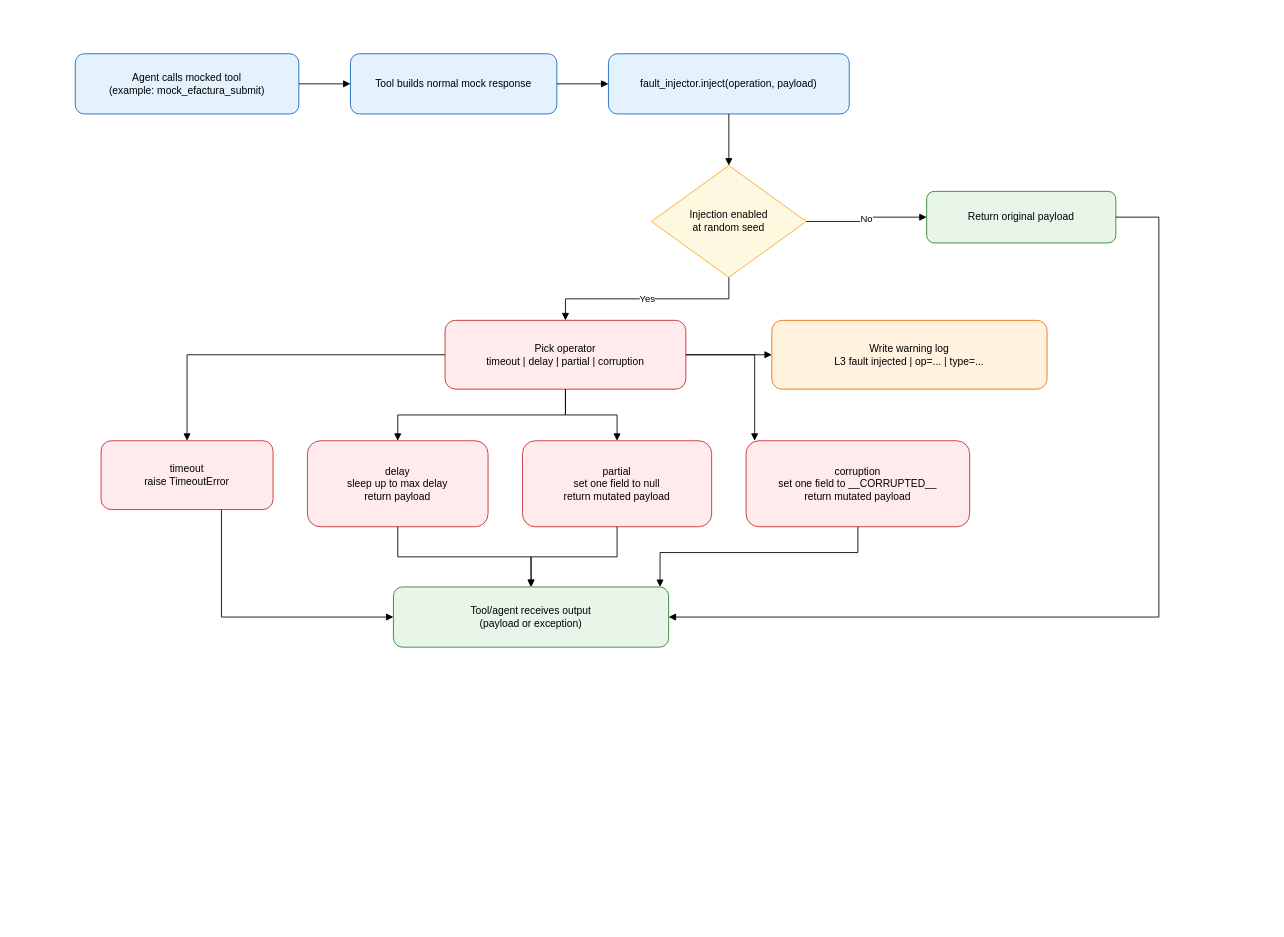
Before: docs/l3_fault_injector.drawio in radugheo/agentic-public-administration, a draw.io diagram. Source tidied: cells renumbered, new cells numbered last; positions are measured from the earlier drawing's top-left corner, leaving out a move shared by most shapes. Both pictures are drawn from the tidied source at 86%, with x=0, y=0 at pixel (75, 53).
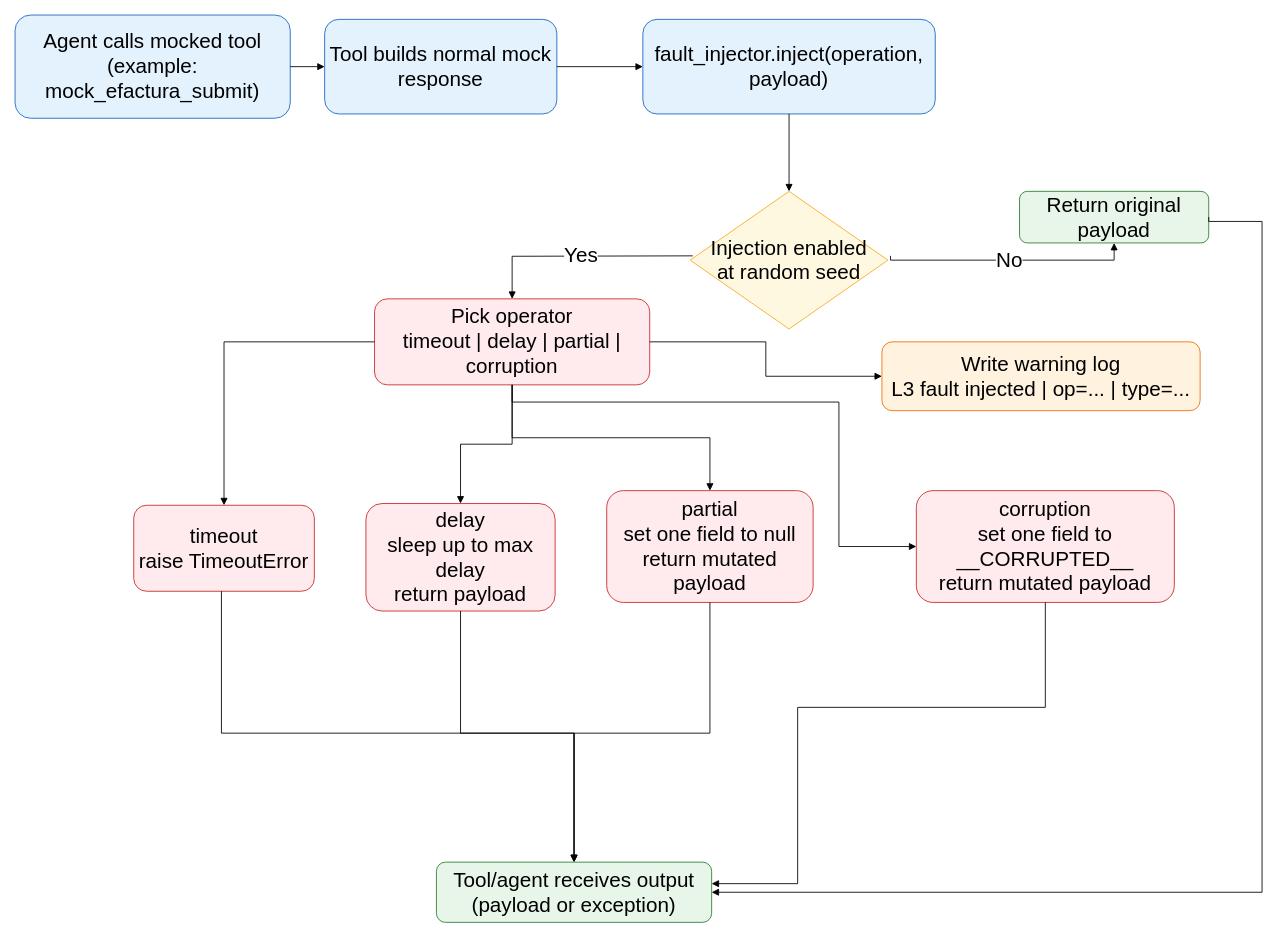
After the change.

Diff of the diagram source:
```diff
@@
-    <mxCell id="2" value="Agent calls mocked tool&#10;(example: mock_efactura_submit)" style="rounded=1;whiteSpace=wrap;html=1;fillColor=#E3F2FD;strokeColor=#1565C0;" parent="1" vertex="1">
-      <mxGeometry width="260" height="70" as="geometry" />
+    <mxCell id="2" value="Agent calls mocked tool&#10;(example: mock_efactura_submit)" style="rounded=1;whiteSpace=wrap;html=1;fillColor=#E3F2FD;strokeColor=#1565C0;fontSize=24;" parent="1" vertex="1">
+      <mxGeometry x="-70" y="-45" width="320" height="120" as="geometry" />
     </mxCell>
-    <mxCell id="3" value="Tool builds normal mock response" style="rounded=1;whiteSpace=wrap;html=1;fillColor=#E3F2FD;strokeColor=#1565C0;" parent="1" vertex="1">
-      <mxGeometry x="320" width="240" height="70" as="geometry" />
+    <mxCell id="3" value="Tool builds normal mock response" style="rounded=1;whiteSpace=wrap;html=1;fillColor=#E3F2FD;strokeColor=#1565C0;fontSize=24;" parent="1" vertex="1">
+      <mxGeometry x="290" y="-40" width="270" height="110" as="geometry" />
     </mxCell>
-    <mxCell id="4" value="fault_injector.inject(operation, payload)" style="rounded=1;whiteSpace=wrap;html=1;fillColor=#E3F2FD;strokeColor=#1565C0;" parent="1" vertex="1">
-      <mxGeometry x="620" width="280" height="70" as="geometry" />
+    <mxCell id="4" value="fault_injector.inject(operation, payload)" style="rounded=1;whiteSpace=wrap;html=1;fillColor=#E3F2FD;strokeColor=#1565C0;fontSize=24;" parent="1" vertex="1">
+      <mxGeometry x="660" y="-40" width="340" height="110" as="geometry" />
     </mxCell>
-    <mxCell id="5" value="Injection enabled&lt;br&gt;at random seed" style="rhombus;whiteSpace=wrap;html=1;fillColor=#FFF8E1;strokeColor=#F9A825;" parent="1" vertex="1">
-      <mxGeometry x="670" y="130" width="180" height="130" as="geometry" />
+    <mxCell id="5" value="Injection enabled&lt;br&gt;at random seed" style="rhombus;whiteSpace=wrap;html=1;fillColor=#FFF8E1;strokeColor=#F9A825;fontSize=24;" parent="1" vertex="1">
+      <mxGeometry x="715" y="160" width="230" height="160" as="geometry" />
     </mxCell>
-    <mxCell id="6" value="Return original payload" style="rounded=1;whiteSpace=wrap;html=1;fillColor=#E8F5E9;strokeColor=#2E7D32;" parent="1" vertex="1">
-      <mxGeometry x="990" y="160" width="220" height="60" as="geometry" />
+    <mxCell id="6" value="Return original payload" style="rounded=1;whiteSpace=wrap;html=1;fillColor=#E8F5E9;strokeColor=#2E7D32;fontSize=24;" parent="1" vertex="1">
+      <mxGeometry x="1098" y="160" width="220" height="60" as="geometry" />
     </mxCell>
-    <mxCell id="7" value="Pick operator&#10;timeout | delay | partial | corruption" style="rounded=1;whiteSpace=wrap;html=1;fillColor=#FFEBEE;strokeColor=#C62828;" parent="1" vertex="1">
-      <mxGeometry x="430" y="310" width="280" height="80" as="geometry" />
+    <mxCell id="7" value="Pick operator&#10;timeout | delay | partial | corruption" style="rounded=1;whiteSpace=wrap;html=1;fillColor=#FFEBEE;strokeColor=#C62828;fontSize=24;" parent="1" vertex="1">
+      <mxGeometry x="348" y="285" width="320" height="100" as="geometry" />
     </mxCell>
-    <mxCell id="8" value="timeout&#10;raise TimeoutError" style="rounded=1;whiteSpace=wrap;html=1;fillColor=#FFEBEE;strokeColor=#C62828;" parent="1" vertex="1">
-      <mxGeometry x="30" y="450" width="200" height="80" as="geometry" />
+    <mxCell id="8" value="timeout&#10;raise TimeoutError" style="rounded=1;whiteSpace=wrap;html=1;fillColor=#FFEBEE;strokeColor=#C62828;fontSize=24;" parent="1" vertex="1">
+      <mxGeometry x="68" y="525" width="210" height="100" as="geometry" />
     </mxCell>
-    <mxCell id="9" value="delay&#10;sleep up to max delay&#10;return payload" style="rounded=1;whiteSpace=wrap;html=1;fillColor=#FFEBEE;strokeColor=#C62828;" parent="1" vertex="1">
-      <mxGeometry x="270" y="450" width="210" height="100" as="geometry" />
+    <mxCell id="9" value="delay&#10;sleep up to max delay&#10;return payload" style="rounded=1;whiteSpace=wrap;html=1;fillColor=#FFEBEE;strokeColor=#C62828;fontSize=24;" parent="1" vertex="1">
+      <mxGeometry x="338" y="523" width="220" height="125" as="geometry" />
     </mxCell>
-    <mxCell id="10" value="partial&#10;set one field to null&#10;return mutated payload" style="rounded=1;whiteSpace=wrap;html=1;fillColor=#FFEBEE;strokeColor=#C62828;" parent="1" vertex="1">
-      <mxGeometry x="520" y="450" width="220" height="100" as="geometry" />
+    <mxCell id="10" value="partial&#10;set one field to null&#10;return mutated payload" style="rounded=1;whiteSpace=wrap;html=1;fillColor=#FFEBEE;strokeColor=#C62828;fontSize=24;" parent="1" vertex="1">
+      <mxGeometry x="618" y="508" width="240" height="130" as="geometry" />
     </mxCell>
-    <mxCell id="11" value="corruption&#10;set one field to __CORRUPTED__&#10;return mutated payload" style="rounded=1;whiteSpace=wrap;html=1;fillColor=#FFEBEE;strokeColor=#C62828;" parent="1" vertex="1">
-      <mxGeometry x="780" y="450" width="260" height="100" as="geometry" />
+    <mxCell id="11" value="corruption&#10;set one field to __CORRUPTED__&#10;return mutated payload" style="rounded=1;whiteSpace=wrap;html=1;fillColor=#FFEBEE;strokeColor=#C62828;fontSize=24;" parent="1" vertex="1">
+      <mxGeometry x="978" y="508" width="300" height="130" as="geometry" />
     </mxCell>
-    <mxCell id="12" value="Write warning log&#10;L3 fault injected | op=... | type=..." style="rounded=1;whiteSpace=wrap;html=1;fillColor=#FFF3E0;strokeColor=#EF6C00;" parent="1" vertex="1">
-      <mxGeometry x="810" y="310" width="320" height="80" as="geometry" />
+    <mxCell id="12" value="Write warning log&#10;L3 fault injected | op=... | type=..." style="rounded=1;whiteSpace=wrap;html=1;fillColor=#FFF3E0;strokeColor=#EF6C00;fontSize=24;" parent="1" vertex="1">
+      <mxGeometry x="938" y="335" width="370" height="80" as="geometry" />
     </mxCell>
-    <mxCell id="13" value="Tool/agent receives output&#10;(payload or exception)" style="rounded=1;whiteSpace=wrap;html=1;fillColor=#E8F5E9;strokeColor=#2E7D32;" parent="1" vertex="1">
-      <mxGeometry x="370" y="620" width="320" height="70" as="geometry" />
+    <mxCell id="13" value="Tool/agent receives output&#10;(payload or exception)" style="rounded=1;whiteSpace=wrap;html=1;fillColor=#E8F5E9;strokeColor=#2E7D32;fontSize=24;" parent="1" vertex="1">
+      <mxGeometry x="420" y="940" width="320" height="70" as="geometry" />
     </mxCell>
-    <mxCell id="14" style="edgeStyle=orthogonalEdgeStyle;rounded=0;jettySize=auto;html=1;endArrow=block;endFill=1;" parent="1" edge="1" source="2" target="3">
+    <mxCell id="14" style="edgeStyle=orthogonalEdgeStyle;rounded=0;jettySize=auto;html=1;endArrow=block;endFill=1;fontSize=24;" parent="1" edge="1" source="2" target="3">
       <mxGeometry relative="1" as="geometry" />
     </mxCell>
-    <mxCell id="15" style="edgeStyle=orthogonalEdgeStyle;rounded=0;jettySize=auto;html=1;endArrow=block;endFill=1;" parent="1" edge="1" source="3" target="4">
+    <mxCell id="15" style="edgeStyle=orthogonalEdgeStyle;rounded=0;jettySize=auto;html=1;endArrow=block;endFill=1;fontSize=24;" parent="1" edge="1" source="3" target="4">
       <mxGeometry relative="1" as="geometry" />
     </mxCell>
-    <mxCell id="16" style="edgeStyle=orthogonalEdgeStyle;rounded=0;jettySize=auto;html=1;endArrow=block;endFill=1;" parent="1" edge="1" source="4" target="5">
+    <mxCell id="16" style="edgeStyle=orthogonalEdgeStyle;rounded=0;jettySize=auto;html=1;endArrow=block;endFill=1;fontSize=24;" parent="1" edge="1" source="4" target="5">
       <mxGeometry relative="1" as="geometry" />
     </mxCell>
-    <mxCell id="17" value="No" style="edgeStyle=orthogonalEdgeStyle;rounded=0;jettySize=auto;html=1;endArrow=block;endFill=1;" parent="1" edge="1" source="5" target="6">
-      <mxGeometry relative="1" as="geometry" />
+    <mxCell id="17" value="No" style="edgeStyle=orthogonalEdgeStyle;rounded=0;jettySize=auto;html=1;endArrow=block;endFill=1;fontSize=24;" parent="1" edge="1" target="6">
+      <mxGeometry relative="1" as="geometry">
+        <mxPoint x="948" y="235" as="sourcePoint" />
+        <Array as="points">
+          <mxPoint x="948" y="240" />
+          <mxPoint x="1208" y="240" />
+        </Array>
+      </mxGeometry>
     </mxCell>
-    <mxCell id="18" value="Yes" style="edgeStyle=orthogonalEdgeStyle;rounded=0;jettySize=auto;html=1;endArrow=block;endFill=1;" parent="1" edge="1" source="5" target="7">
-      <mxGeometry relative="1" as="geometry" />
+    <mxCell id="18" value="Yes" style="edgeStyle=orthogonalEdgeStyle;rounded=0;jettySize=auto;html=1;endArrow=block;endFill=1;fontSize=24;" parent="1" edge="1" target="7">
+      <mxGeometry relative="1" as="geometry">
+        <mxPoint x="718" y="235" as="sourcePoint" />
+      </mxGeometry>
     </mxCell>
-    <mxCell id="19" style="edgeStyle=orthogonalEdgeStyle;rounded=0;jettySize=auto;html=1;endArrow=block;endFill=1;" parent="1" edge="1" source="7" target="8">
+    <mxCell id="19" style="edgeStyle=orthogonalEdgeStyle;rounded=0;jettySize=auto;html=1;endArrow=block;endFill=1;fontSize=24;" parent="1" edge="1" source="7" target="8">
       <mxGeometry relative="1" as="geometry" />
     </mxCell>
-    <mxCell id="20" style="edgeStyle=orthogonalEdgeStyle;rounded=0;jettySize=auto;html=1;endArrow=block;endFill=1;" parent="1" edge="1" source="7" target="9">
+    <mxCell id="20" style="edgeStyle=orthogonalEdgeStyle;rounded=0;jettySize=auto;html=1;endArrow=block;endFill=1;fontSize=24;" parent="1" edge="1" source="7" target="9">
       <mxGeometry relative="1" as="geometry" />
     </mxCell>
-    <mxCell id="21" style="edgeStyle=orthogonalEdgeStyle;rounded=0;jettySize=auto;html=1;endArrow=block;endFill=1;" parent="1" edge="1" source="7" target="10">
+    <mxCell id="21" style="edgeStyle=orthogonalEdgeStyle;rounded=0;jettySize=auto;html=1;endArrow=block;endFill=1;fontSize=24;" parent="1" edge="1" source="7" target="10">
       <mxGeometry relative="1" as="geometry" />
     </mxCell>
-    <mxCell id="22" style="edgeStyle=orthogonalEdgeStyle;rounded=0;jettySize=auto;html=1;endArrow=block;endFill=1;" parent="1" edge="1" source="7" target="11">
+    <mxCell id="22" style="edgeStyle=orthogonalEdgeStyle;rounded=0;jettySize=auto;html=1;endArrow=block;endFill=1;fontSize=24;" parent="1" edge="1" source="7" target="11">
       <mxGeometry relative="1" as="geometry">
         <Array as="points">
-          <mxPoint x="790" y="350" />
+          <mxPoint x="888" y="405" />
         </Array>
       </mxGeometry>
     </mxCell>
-    <mxCell id="23" style="edgeStyle=orthogonalEdgeStyle;rounded=0;jettySize=auto;html=1;endArrow=block;endFill=1;" parent="1" edge="1" source="7" target="12">
+    <mxCell id="23" style="edgeStyle=orthogonalEdgeStyle;rounded=0;jettySize=auto;html=1;endArrow=block;endFill=1;fontSize=24;" parent="1" edge="1" source="7" target="12">
       <mxGeometry relative="1" as="geometry" />
     </mxCell>
-    <mxCell id="24" style="edgeStyle=orthogonalEdgeStyle;rounded=0;jettySize=auto;html=1;endArrow=block;endFill=1;" parent="1" edge="1" source="6" target="13">
+    <mxCell id="24" style="edgeStyle=orthogonalEdgeStyle;rounded=0;jettySize=auto;html=1;endArrow=block;endFill=1;fontSize=24;exitX=1;exitY=0.5;exitDx=0;exitDy=0;entryX=1;entryY=0.5;entryDx=0;entryDy=0;" parent="1" edge="1" source="6" target="13">
       <mxGeometry relative="1" as="geometry">
         <Array as="points">
-          <mxPoint x="1260" y="190" />
-          <mxPoint x="1260" y="655" />
+          <mxPoint x="1380" y="195" />
+          <mxPoint x="1380" y="975" />
         </Array>
       </mxGeometry>
     </mxCell>
-    <mxCell id="25" style="edgeStyle=orthogonalEdgeStyle;rounded=0;jettySize=auto;html=1;endArrow=block;endFill=1;" parent="1" edge="1" source="8" target="13">
+    <mxCell id="25" style="edgeStyle=orthogonalEdgeStyle;rounded=0;jettySize=auto;html=1;endArrow=block;endFill=1;fontSize=24;" parent="1" edge="1" source="8" target="13">
       <mxGeometry relative="1" as="geometry">
         <Array as="points">
-          <mxPoint x="170" y="655" />
+          <mxPoint x="170" y="790" />
+          <mxPoint x="580" y="790" />
         </Array>
       </mxGeometry>
     </mxCell>
-    <mxCell id="26" style="edgeStyle=orthogonalEdgeStyle;rounded=0;jettySize=auto;html=1;endArrow=block;endFill=1;" parent="1" edge="1" source="9" target="13">
-      <mxGeometry relative="1" as="geometry" />
+    <mxCell id="26" style="edgeStyle=orthogonalEdgeStyle;rounded=0;jettySize=auto;html=1;endArrow=block;endFill=1;fontSize=24;" parent="1" edge="1" source="9" target="13">
+      <mxGeometry relative="1" as="geometry">
+        <Array as="points">
+          <mxPoint x="448" y="790" />
+          <mxPoint x="580" y="790" />
+        </Array>
+      </mxGeometry>
     </mxCell>
-    <mxCell id="27" style="edgeStyle=orthogonalEdgeStyle;rounded=0;jettySize=auto;html=1;endArrow=block;endFill=1;" parent="1" edge="1" source="10" target="13">
-      <mxGeometry relative="1" as="geometry" />
+    <mxCell id="27" style="edgeStyle=orthogonalEdgeStyle;rounded=0;jettySize=auto;html=1;endArrow=block;endFill=1;fontSize=24;" parent="1" edge="1" source="10" target="13">
+      <mxGeometry relative="1" as="geometry">
+        <Array as="points">
+          <mxPoint x="738" y="790" />
+          <mxPoint x="580" y="790" />
+        </Array>
+      </mxGeometry>
     </mxCell>
-    <mxCell id="28" style="edgeStyle=orthogonalEdgeStyle;rounded=0;jettySize=auto;html=1;endArrow=block;endFill=1;" parent="1" edge="1" source="11" target="13">
+    <mxCell id="28" style="edgeStyle=orthogonalEdgeStyle;rounded=0;jettySize=auto;html=1;endArrow=block;endFill=1;fontSize=24;" parent="1" edge="1" source="11" target="13">
       <mxGeometry relative="1" as="geometry">
         <Array as="points">
-          <mxPoint x="910" y="580" />
-          <mxPoint x="680" y="580" />
+          <mxPoint x="1128" y="760" />
+          <mxPoint x="840" y="760" />
+          <mxPoint x="840" y="965" />
         </Array>
       </mxGeometry>
     </mxCell>
```
